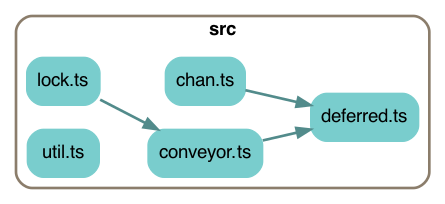
cinnamon-bun/concurrency-friends keeps this Graphviz diagram as depchart/depchart-basic.png. Above is the earlier version. Its source is kept beside it as depchart/depchart-basic.dot.
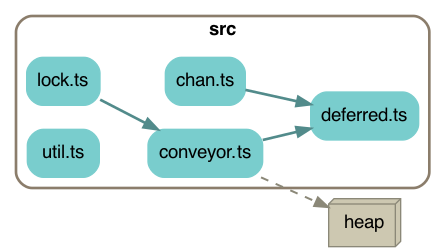
Later version of the same file.

What changed in the source:
```diff
@@ -7,7 +7,7 @@
     edge [fontname = "helvetica"];
 
 
-    subgraph cluster348294874 {
+    subgraph cluster6282160516 {
         label=<<b>src</b>>;
         style="rounded";
         color=bisque4;
@@ -20,8 +20,12 @@
         "src/util.ts" [label="util.ts", shape=rectangle; style="rounded,filled"; color=darkslategray3];
     }
 
+        "heap" [shape=box3d, style=filled, fillcolor=cornsilk3, color=cornsilk4];
+
     "src/chan.ts" -> "src/deferred.ts" [penwidth=2; color=darkslategray4];
     "src/conveyor.ts" -> "src/deferred.ts" [penwidth=2; color=darkslategray4];
     "src/lock.ts" -> "src/conveyor.ts" [penwidth=2; color=darkslategray4];
 
+    "src/conveyor.ts" -> "heap" [penwidth=1.5; style=dashed, color=cornsilk4, weight=1];
+
 }
```
